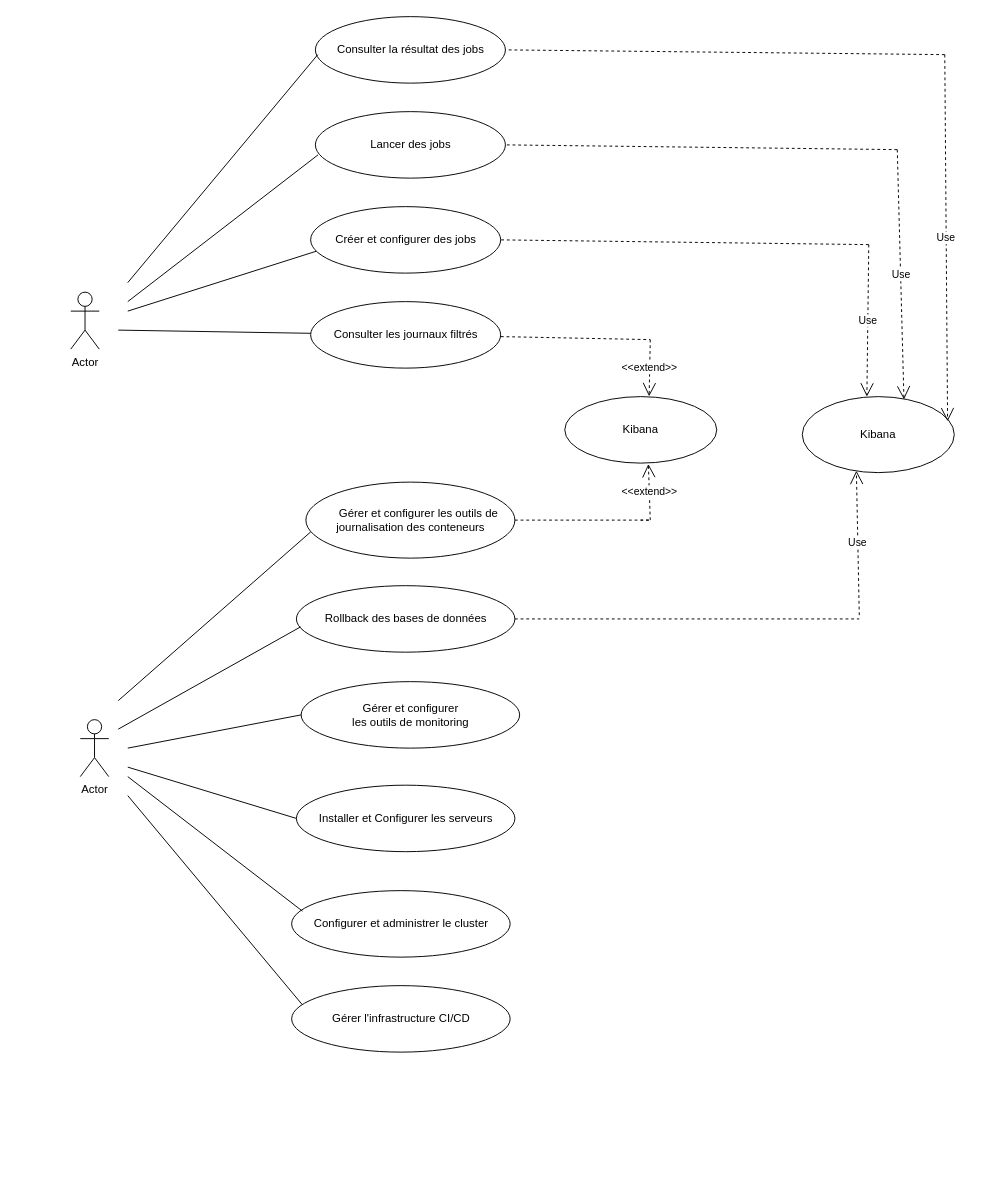
Before: page "Page-13" (13 of 13) of Diagramme sans nom.drawio in EmiraDga/CanvasAnimation, a draw.io diagram. Source tidied: cells renumbered, new cells numbered last; positions are measured from the earlier drawing's top-left corner, leaving out a move shared by most shapes. Both pictures are drawn from the tidied source at 95%, with x=0, y=0 at pixel (70, 16).
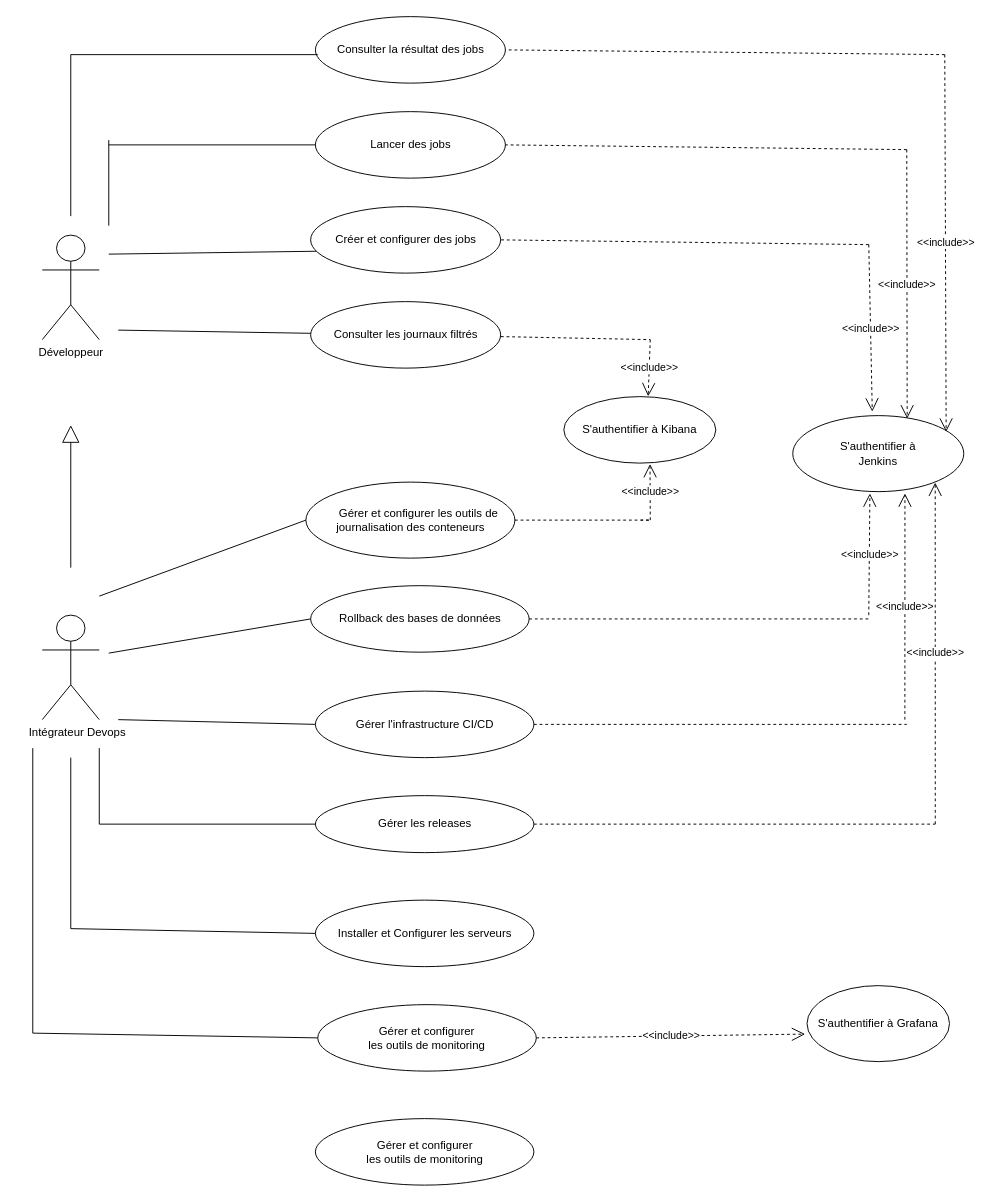
The same diagram, later.

Unchanged cells that the change refers to:
```xml
<mxCell id="2" value="&lt;div&gt;&amp;nbsp;&amp;nbsp;&amp;nbsp;&amp;nbsp; Gérer et configurer les outils de journalisation des conteneurs&lt;br&gt;&lt;/div&gt;" style="ellipse;whiteSpace=wrap;html=1;" parent="1" vertex="1">
  <mxGeometry x="247.5" y="490" width="220" height="80" as="geometry" />
</mxCell>
<mxCell id="12" value="Créer et configurer des jobs " style="ellipse;whiteSpace=wrap;html=1;" parent="1" vertex="1">
  <mxGeometry x="252.5" y="200" width="200" height="70" as="geometry" />
</mxCell>
<mxCell id="13" value="Lancer des jobs" style="ellipse;whiteSpace=wrap;html=1;" parent="1" vertex="1">
  <mxGeometry x="257.5" y="100" width="200" height="70" as="geometry" />
</mxCell>
<mxCell id="14" value="Consulter la résultat des jobs" style="ellipse;whiteSpace=wrap;html=1;" parent="1" vertex="1">
  <mxGeometry x="257.5" width="200" height="70" as="geometry" />
</mxCell>
```

What changed in the source:
```diff
@@
-    <mxCell id="3" value="Kibana" style="ellipse;whiteSpace=wrap;html=1;" parent="1" vertex="1">
-      <mxGeometry x="520" y="400" width="160" height="70" as="geometry" />
+    <mxCell id="3" value="S'authentifier à Kibana" style="ellipse;whiteSpace=wrap;html=1;" parent="1" vertex="1">
+      <mxGeometry x="519" y="400" width="160" height="70" as="geometry" />
     </mxCell>
@@
-    <mxCell id="5" value="Actor" style="shape=umlActor;verticalLabelPosition=bottom;verticalAlign=top;html=1;" parent="1" vertex="1">
-      <mxGeometry y="290" width="30" height="60" as="geometry" />
-    </mxCell>
     <mxCell id="6" value="Installer et Configurer les serveurs" style="ellipse;whiteSpace=wrap;html=1;" parent="1" vertex="1">
-      <mxGeometry x="237.5" y="809" width="230" height="70" as="geometry" />
+      <mxGeometry x="257.5" y="930" width="230" height="70" as="geometry" />
     </mxCell>
-    <mxCell id="7" value="Configurer et administrer le cluster" style="ellipse;whiteSpace=wrap;html=1;" parent="1" vertex="1">
-      <mxGeometry x="232.5" y="920" width="230" height="70" as="geometry" />
-    </mxCell>
     <mxCell id="8" value="Gérer l'infrastructure CI/CD" style="ellipse;whiteSpace=wrap;html=1;" parent="1" vertex="1">
-      <mxGeometry x="232.5" y="1020" width="230" height="70" as="geometry" />
+      <mxGeometry x="257.5" y="710" width="230" height="70" as="geometry" />
     </mxCell>
     <mxCell id="9" value="Gérer et configurer &lt;br&gt;les outils de monitoring" style="ellipse;whiteSpace=wrap;html=1;" parent="1" vertex="1">
-      <mxGeometry x="242.5" y="700" width="230" height="70" as="geometry" />
+      <mxGeometry x="260" y="1040" width="230" height="70" as="geometry" />
     </mxCell>
-    <mxCell id="10" value="Rollback des bases de données" style="ellipse;whiteSpace=wrap;html=1;" parent="1" vertex="1">
-      <mxGeometry x="237.5" y="599" width="230" height="70" as="geometry" />
-    </mxCell>
-    <mxCell id="11" value="Actor" style="shape=umlActor;verticalLabelPosition=bottom;verticalAlign=top;html=1;" parent="1" vertex="1">
-      <mxGeometry x="10" y="740" width="30" height="60" as="geometry" />
+    <mxCell id="11" value="Développeur" style="shape=umlActor;verticalLabelPosition=bottom;verticalAlign=top;html=1;" parent="1" vertex="1">
+      <mxGeometry x="-30" y="230" width="60" height="110" as="geometry" />
     </mxCell>
@@
-    <mxCell id="15" value="Kibana" style="ellipse;whiteSpace=wrap;html=1;" parent="1" vertex="1">
-      <mxGeometry x="770" y="400" width="160" height="80" as="geometry" />
+    <mxCell id="15" value="S'authentifier à &lt;br&gt;&lt;div&gt;Jenkins&lt;/div&gt;" style="ellipse;whiteSpace=wrap;html=1;" parent="1" vertex="1">
+      <mxGeometry x="760" y="420" width="180" height="80" as="geometry" />
     </mxCell>
@@
     <mxCell id="17" style="endArrow=none;html=1;rounded=0;entryX=0.029;entryY=0.671;entryDx=0;entryDy=0;entryPerimeter=0;" parent="1" edge="1" target="12">
       <mxGeometry relative="1" as="geometry">
-        <mxPoint x="60" y="310" as="sourcePoint" />
+        <mxPoint x="40" y="250" as="sourcePoint" />
       </mxGeometry>
     </mxCell>
-    <mxCell id="18" style="endArrow=none;html=1;rounded=0;entryX=0.014;entryY=0.65;entryDx=0;entryDy=0;entryPerimeter=0;" parent="1" edge="1" target="13">
+    <mxCell id="18" style="endArrow=none;html=1;rounded=0;entryX=0;entryY=0.5;entryDx=0;entryDy=0;" parent="1" edge="1" target="13">
       <mxGeometry relative="1" as="geometry">
-        <mxPoint x="60" y="300" as="sourcePoint" />
+        <mxPoint x="40" y="135" as="sourcePoint" />
       </mxGeometry>
     </mxCell>
     <mxCell id="19" style="endArrow=none;html=1;rounded=0;entryX=0.013;entryY=0.571;entryDx=0;entryDy=0;entryPerimeter=0;" parent="1" edge="1" target="14">
       <mxGeometry relative="1" as="geometry">
-        <mxPoint x="60" y="280" as="sourcePoint" />
+        <mxPoint y="40" as="sourcePoint" />
         <Array as="points">
           <mxPoint x="260" y="40" />
         </Array>
       </mxGeometry>
     </mxCell>
@@
-    <mxCell id="21" value="&amp;lt;&amp;lt;extend&amp;gt;&amp;gt;" style="endArrow=open;endSize=12;dashed=1;html=1;rounded=0;entryX=0.555;entryY=-0.004;entryDx=0;entryDy=0;entryPerimeter=0;" parent="1" edge="1" target="3">
+    <mxCell id="21" value="&amp;lt;&amp;lt;include&amp;gt;&amp;gt;" style="endArrow=open;endSize=12;dashed=1;html=1;rounded=0;entryX=0.555;entryY=-0.004;entryDx=0;entryDy=0;entryPerimeter=0;" parent="1" edge="1" target="3">
       <mxGeometry relative="1" as="geometry">
         <mxPoint x="610" y="340" as="sourcePoint" />
       </mxGeometry>
     </mxCell>
@@
-    <mxCell id="23" value="&amp;lt;&amp;lt;extend&amp;gt;&amp;gt;" style="endArrow=open;endSize=12;dashed=1;html=1;rounded=0;entryX=0.55;entryY=1.013;entryDx=0;entryDy=0;entryPerimeter=0;" parent="1" edge="1" target="3">
+    <mxCell id="23" value="&amp;lt;&amp;lt;include&amp;gt;&amp;gt;" style="endArrow=open;endSize=12;dashed=1;html=1;rounded=0;entryX=0.567;entryY=1.013;entryDx=0;entryDy=0;entryPerimeter=0;" parent="1" edge="1" target="3">
       <mxGeometry relative="1" as="geometry">
         <mxPoint x="610" y="530" as="sourcePoint" />
       </mxGeometry>
     </mxCell>
-    <mxCell id="24" style="endArrow=none;html=1;rounded=0;entryX=0.023;entryY=0.655;entryDx=0;entryDy=0;entryPerimeter=0;" parent="1" edge="1" target="2">
-      <mxGeometry relative="1" as="geometry">
-        <mxPoint x="50" y="720" as="sourcePoint" />
-      </mxGeometry>
-    </mxCell>
-    <mxCell id="25" style="endArrow=none;html=1;rounded=0;entryX=0.019;entryY=0.62;entryDx=0;entryDy=0;entryPerimeter=0;" parent="1" edge="1" target="10">
-      <mxGeometry relative="1" as="geometry">
-        <mxPoint x="50" y="750" as="sourcePoint" />
-      </mxGeometry>
-    </mxCell>
-    <mxCell id="26" style="endArrow=none;html=1;rounded=0;entryX=0;entryY=0.5;entryDx=0;entryDy=0;" parent="1" edge="1" target="9">
-      <mxGeometry relative="1" as="geometry">
-        <mxPoint x="60" y="770" as="sourcePoint" />
-      </mxGeometry>
-    </mxCell>
-    <mxCell id="27" style="endArrow=none;html=1;rounded=0;entryX=0;entryY=0.5;entryDx=0;entryDy=0;" parent="1" edge="1" target="6">
-      <mxGeometry relative="1" as="geometry">
-        <mxPoint x="60" y="790" as="sourcePoint" />
-      </mxGeometry>
-    </mxCell>
-    <mxCell id="28" style="endArrow=none;html=1;rounded=0;entryX=0.05;entryY=0.31;entryDx=0;entryDy=0;entryPerimeter=0;" parent="1" edge="1" target="7">
-      <mxGeometry relative="1" as="geometry">
-        <mxPoint x="60" y="800" as="sourcePoint" />
-      </mxGeometry>
-    </mxCell>
-    <mxCell id="29" style="endArrow=none;html=1;rounded=0;entryX=0.048;entryY=0.284;entryDx=0;entryDy=0;entryPerimeter=0;" parent="1" edge="1" target="8">
-      <mxGeometry relative="1" as="geometry">
-        <mxPoint x="60" y="820" as="sourcePoint" />
-      </mxGeometry>
-    </mxCell>
@@
     <mxCell id="31" style="endArrow=none;dashed=1;html=1;rounded=0;entryX=1;entryY=0.5;entryDx=0;entryDy=0;" parent="1" edge="1" target="13">
       <mxGeometry relative="1" as="geometry">
-        <mxPoint x="870" y="140" as="sourcePoint" />
+        <mxPoint x="880" y="140" as="sourcePoint" />
       </mxGeometry>
     </mxCell>
-    <mxCell id="32" value="Use" style="endArrow=open;endSize=12;dashed=1;html=1;rounded=0;entryX=0.669;entryY=0.038;entryDx=0;entryDy=0;entryPerimeter=0;" parent="1" edge="1" target="15">
+    <mxCell id="32" value="&amp;lt;&amp;lt;include&amp;gt;&amp;gt;" style="endArrow=open;endSize=12;dashed=1;html=1;rounded=0;entryX=0.669;entryY=0.038;entryDx=0;entryDy=0;entryPerimeter=0;" parent="1" edge="1" target="15">
       <mxGeometry relative="1" as="geometry">
-        <mxPoint x="870" y="140" as="sourcePoint" />
+        <mxPoint x="880" y="140" as="sourcePoint" />
       </mxGeometry>
     </mxCell>
-    <mxCell id="33" value="Use" style="endArrow=open;endSize=12;dashed=1;html=1;rounded=0;entryX=0.425;entryY=0;entryDx=0;entryDy=0;entryPerimeter=0;" parent="1" edge="1" target="15">
+    <mxCell id="33" value="&amp;lt;&amp;lt;include&amp;gt;&amp;gt;" style="endArrow=open;endSize=12;dashed=1;html=1;rounded=0;entryX=0.465;entryY=-0.053;entryDx=0;entryDy=0;entryPerimeter=0;" parent="1" edge="1" target="15">
       <mxGeometry relative="1" as="geometry">
         <mxPoint x="840" y="240" as="sourcePoint" />
       </mxGeometry>
     </mxCell>
-    <mxCell id="34" value="Use" style="endArrow=open;endSize=12;dashed=1;html=1;rounded=0;entryX=0.956;entryY=0.325;entryDx=0;entryDy=0;entryPerimeter=0;" parent="1" edge="1" target="15">
+    <mxCell id="34" value="&amp;lt;&amp;lt;include&amp;gt;&amp;gt;" style="endArrow=open;endSize=12;dashed=1;html=1;rounded=0;entryX=0.897;entryY=0.212;entryDx=0;entryDy=0;entryPerimeter=0;" parent="1" edge="1" target="15">
       <mxGeometry relative="1" as="geometry">
         <mxPoint x="920" y="40" as="sourcePoint" />
       </mxGeometry>
     </mxCell>
@@
-    <mxCell id="36" style="endArrow=none;dashed=1;html=1;rounded=0;exitX=1;exitY=0.5;exitDx=0;exitDy=0;" parent="1" edge="1" source="10">
-      <mxGeometry relative="1" as="geometry">
-        <mxPoint x="830" y="634" as="targetPoint" />
-      </mxGeometry>
-    </mxCell>
-    <mxCell id="37" value="Use" style="endArrow=open;endSize=12;dashed=1;html=1;rounded=0;entryX=0.356;entryY=0.975;entryDx=0;entryDy=0;entryPerimeter=0;" parent="1" edge="1" target="15">
-      <mxGeometry relative="1" as="geometry">
-        <mxPoint x="830" y="630" as="sourcePoint" />
-      </mxGeometry>
-    </mxCell>
+    <mxCell id="38" style="endArrow=none;dashed=1;html=1;rounded=0;" parent="1" edge="1" source="10">
+      <mxGeometry relative="1" as="geometry">
+        <mxPoint x="840" y="634" as="targetPoint" />
+      </mxGeometry>
+    </mxCell>
+    <mxCell id="39" style="endArrow=none;dashed=1;html=1;rounded=0;exitX=1;exitY=0.5;exitDx=0;exitDy=0;" parent="1" edge="1" source="8">
+      <mxGeometry relative="1" as="geometry">
+        <mxPoint x="880" y="745" as="targetPoint" />
+      </mxGeometry>
+    </mxCell>
+    <mxCell id="40" value="&amp;lt;&amp;lt;include&amp;gt;&amp;gt;" style="endArrow=open;endSize=12;dashed=1;html=1;rounded=0;entryX=0.451;entryY=1.024;entryDx=0;entryDy=0;entryPerimeter=0;" parent="1" edge="1" target="15">
+      <mxGeometry relative="1" as="geometry">
+        <mxPoint x="840" y="630" as="sourcePoint" />
+      </mxGeometry>
+    </mxCell>
+    <mxCell id="41" value="&amp;lt;&amp;lt;include&amp;gt;&amp;gt;" style="endArrow=open;endSize=12;dashed=1;html=1;rounded=0;entryX=0.656;entryY=1.024;entryDx=0;entryDy=0;entryPerimeter=0;" parent="1" edge="1" target="15">
+      <mxGeometry relative="1" as="geometry">
+        <mxPoint x="878" y="740" as="sourcePoint" />
+      </mxGeometry>
+    </mxCell>
+    <mxCell id="42" value="Gérer les releases" style="ellipse;whiteSpace=wrap;html=1;" parent="1" vertex="1">
+      <mxGeometry x="257.5" y="820" width="230" height="60" as="geometry" />
+    </mxCell>
+    <mxCell id="43" style="endArrow=none;dashed=1;html=1;rounded=0;exitX=1;exitY=0.5;exitDx=0;exitDy=0;" parent="1" edge="1" source="42">
+      <mxGeometry relative="1" as="geometry">
+        <mxPoint x="910" y="850" as="targetPoint" />
+      </mxGeometry>
+    </mxCell>
+    <mxCell id="44" value="&amp;lt;&amp;lt;include&amp;gt;&amp;gt;" style="endArrow=open;endSize=12;dashed=1;html=1;rounded=0;entryX=0.833;entryY=0.881;entryDx=0;entryDy=0;entryPerimeter=0;" parent="1" edge="1" target="15">
+      <mxGeometry relative="1" as="geometry">
+        <mxPoint x="910" y="850" as="sourcePoint" />
+      </mxGeometry>
+    </mxCell>
+    <mxCell id="45" value="S'authentifier à Grafana" style="ellipse;whiteSpace=wrap;html=1;" parent="1" vertex="1">
+      <mxGeometry x="775" y="1020" width="150" height="80" as="geometry" />
+    </mxCell>
+    <mxCell id="46" style="endArrow=none;html=1;rounded=0;entryX=0;entryY=0.5;entryDx=0;entryDy=0;" parent="1" edge="1" target="8">
+      <mxGeometry relative="1" as="geometry">
+        <mxPoint x="50" y="740" as="sourcePoint" />
+      </mxGeometry>
+    </mxCell>
+    <mxCell id="47" style="endArrow=none;html=1;rounded=0;entryX=0;entryY=0.5;entryDx=0;entryDy=0;" parent="1" edge="1" target="42">
+      <mxGeometry relative="1" as="geometry">
+        <mxPoint x="30" y="850" as="sourcePoint" />
+      </mxGeometry>
+    </mxCell>
+    <mxCell id="48" style="endArrow=none;html=1;rounded=0;entryX=0;entryY=0.5;entryDx=0;entryDy=0;" parent="1" edge="1" target="2">
+      <mxGeometry relative="1" as="geometry">
+        <mxPoint x="30" y="610" as="sourcePoint" />
+      </mxGeometry>
+    </mxCell>
+    <mxCell id="49" style="endArrow=none;html=1;rounded=0;entryX=0;entryY=0.5;entryDx=0;entryDy=0;" parent="1" edge="1" target="10">
+      <mxGeometry relative="1" as="geometry">
+        <mxPoint x="40" y="670" as="sourcePoint" />
+      </mxGeometry>
+    </mxCell>
+    <mxCell id="50" style="endArrow=none;dashed=1;html=1;rounded=0;" parent="1" edge="1" target="10">
+      <mxGeometry relative="1" as="geometry">
+        <mxPoint x="470" y="634" as="sourcePoint" />
+      </mxGeometry>
+    </mxCell>
+    <mxCell id="10" value="Rollback des bases de données" style="ellipse;whiteSpace=wrap;html=1;" parent="1" vertex="1">
+      <mxGeometry x="252.5" y="599" width="230" height="70" as="geometry" />
+    </mxCell>
+    <mxCell id="51" style="endArrow=none;html=1;rounded=0;" parent="1" edge="1">
+      <mxGeometry relative="1" as="geometry">
+        <mxPoint x="30" y="850" as="sourcePoint" />
+        <mxPoint x="30" y="770" as="targetPoint" />
+      </mxGeometry>
+    </mxCell>
+    <mxCell id="52" style="endArrow=none;html=1;rounded=0;entryX=0;entryY=0.5;entryDx=0;entryDy=0;" parent="1" edge="1" target="6">
+      <mxGeometry relative="1" as="geometry">
+        <mxPoint y="960" as="sourcePoint" />
+      </mxGeometry>
+    </mxCell>
+    <mxCell id="53" style="endArrow=none;html=1;rounded=0;" parent="1" edge="1">
+      <mxGeometry relative="1" as="geometry">
+        <mxPoint y="960" as="sourcePoint" />
+        <mxPoint y="780" as="targetPoint" />
+      </mxGeometry>
+    </mxCell>
+    <mxCell id="54" style="endArrow=none;html=1;rounded=0;entryX=0;entryY=0.5;entryDx=0;entryDy=0;" parent="1" edge="1" target="9">
+      <mxGeometry relative="1" as="geometry">
+        <mxPoint x="-40" y="1070" as="sourcePoint" />
+      </mxGeometry>
+    </mxCell>
+    <mxCell id="55" style="endArrow=none;html=1;rounded=0;" parent="1" edge="1">
+      <mxGeometry relative="1" as="geometry">
+        <mxPoint x="-40" y="1070" as="sourcePoint" />
+        <mxPoint x="-40" y="770" as="targetPoint" />
+      </mxGeometry>
+    </mxCell>
+    <mxCell id="56" value="&amp;lt;&amp;lt;include&amp;gt;&amp;gt;" style="endArrow=open;endSize=12;dashed=1;html=1;rounded=0;entryX=-0.013;entryY=0.638;entryDx=0;entryDy=0;entryPerimeter=0;exitX=1;exitY=0.5;exitDx=0;exitDy=0;" parent="1" edge="1" source="9" target="45">
+      <mxGeometry relative="1" as="geometry" />
+    </mxCell>
+    <mxCell id="57" value="&amp;nbsp;&amp;nbsp;&amp;nbsp; Intégrateur Devops" style="shape=umlActor;verticalLabelPosition=bottom;verticalAlign=top;html=1;" parent="1" vertex="1">
+      <mxGeometry x="-30" y="630" width="60" height="110" as="geometry" />
+    </mxCell>
+    <mxCell id="58" style="endArrow=none;html=1;rounded=0;" parent="1" edge="1">
+      <mxGeometry relative="1" as="geometry">
+        <mxPoint y="210" as="sourcePoint" />
+        <mxPoint y="40" as="targetPoint" />
+      </mxGeometry>
+    </mxCell>
+    <mxCell id="59" style="endArrow=none;html=1;rounded=0;" parent="1" edge="1">
+      <mxGeometry relative="1" as="geometry">
+        <mxPoint x="40" y="220" as="sourcePoint" />
+        <mxPoint x="40" y="130" as="targetPoint" />
+      </mxGeometry>
+    </mxCell>
+    <mxCell id="60" style="endArrow=block;endSize=16;endFill=0;html=1;rounded=0;" parent="1" edge="1">
+      <mxGeometry relative="1" as="geometry">
+        <mxPoint y="580" as="sourcePoint" />
+        <mxPoint y="430" as="targetPoint" />
+      </mxGeometry>
+    </mxCell>
+    <mxCell id="61" value="Gérer et configurer &lt;br&gt;les outils de monitoring" style="ellipse;whiteSpace=wrap;html=1;" parent="1" vertex="1">
+      <mxGeometry x="257.5" y="1160" width="230" height="70" as="geometry" />
+    </mxCell>
```
